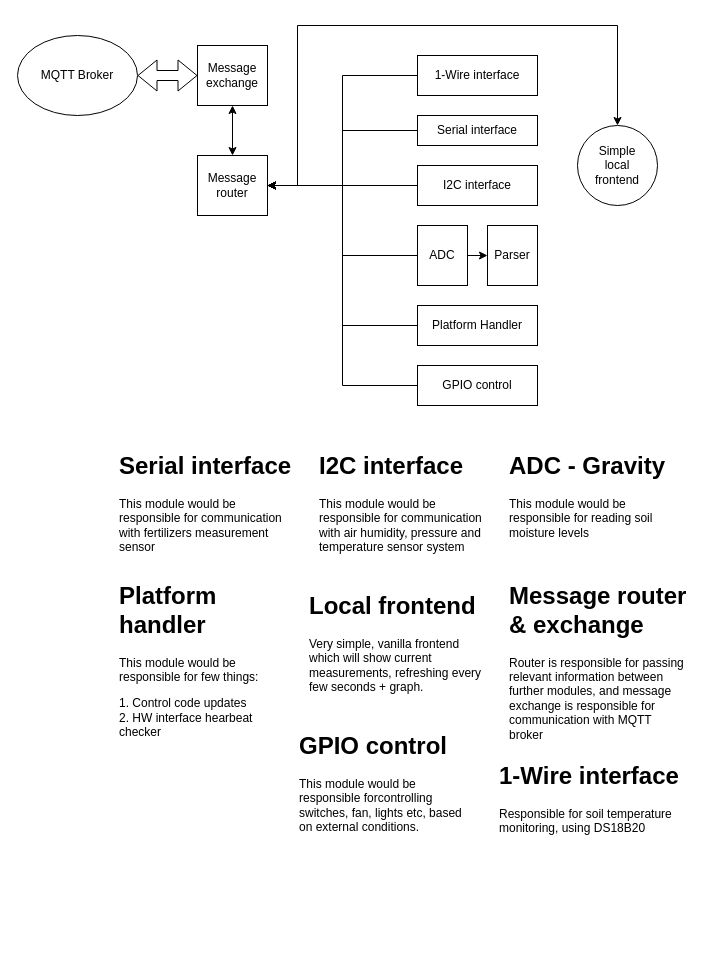
The draw.io diagram page "DeviceCodeArch" (3 of 5) of docs/models/Project.drawio in KhazAkar/ags, before the edit. Source tidied: cells renumbered, new cells numbered last; positions are measured from the earlier drawing's top-left corner, leaving out a move shared by most shapes. Both pictures are drawn from the tidied source at 100%, with x=0, y=0 at pixel (17, 25).
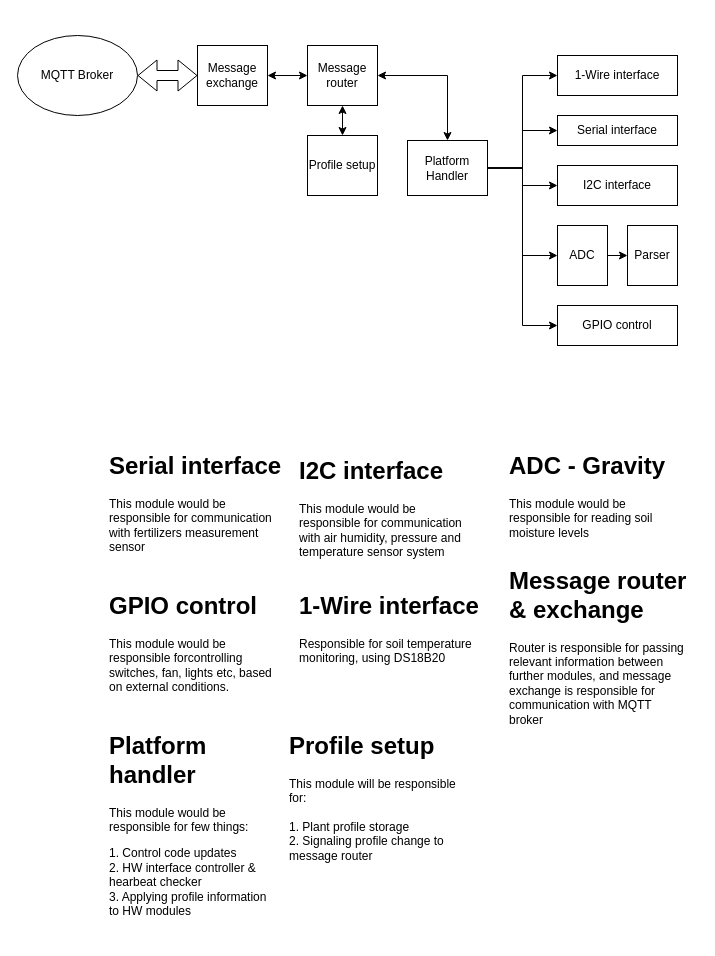
The same diagram, later.

Unchanged cells that the change refers to:
```xml
<mxCell id="20" value="Message&lt;br&gt;exchange" style="rounded=0;whiteSpace=wrap;html=1;" parent="1" vertex="1">
  <mxGeometry x="180" y="20" width="70" height="60" as="geometry" />
</mxCell>
```

Change to the diagram source:
```diff
@@
-    <mxCell id="2" style="edgeStyle=orthogonalEdgeStyle;rounded=0;jettySize=auto;html=1;exitX=0;exitY=0.5;exitDx=0;exitDy=0;entryX=1;entryY=0.5;entryDx=0;entryDy=0;" parent="1" edge="1" source="3" target="21">
-      <mxGeometry relative="1" as="geometry" />
-    </mxCell>
     <mxCell id="3" value="Serial interface" style="rounded=0;whiteSpace=wrap;html=1;" parent="1" vertex="1">
-      <mxGeometry x="400" y="90" width="120" height="30" as="geometry" />
+      <mxGeometry x="540" y="90" width="120" height="30" as="geometry" />
     </mxCell>
-    <mxCell id="4" style="edgeStyle=orthogonalEdgeStyle;rounded=0;jettySize=auto;html=1;exitX=0;exitY=0.5;exitDx=0;exitDy=0;entryX=1;entryY=0.5;entryDx=0;entryDy=0;" parent="1" edge="1" source="5" target="21">
-      <mxGeometry relative="1" as="geometry" />
-    </mxCell>
     <mxCell id="5" value="I2C interface" style="rounded=0;whiteSpace=wrap;html=1;" parent="1" vertex="1">
-      <mxGeometry x="400" y="140" width="120" height="40" as="geometry" />
+      <mxGeometry x="540" y="140" width="120" height="40" as="geometry" />
     </mxCell>
@@
-    <mxCell id="7" style="edgeStyle=orthogonalEdgeStyle;rounded=0;jettySize=auto;html=1;exitX=0;exitY=0.5;exitDx=0;exitDy=0;entryX=1;entryY=0.5;entryDx=0;entryDy=0;" parent="1" edge="1" source="8" target="21">
-      <mxGeometry relative="1" as="geometry" />
-    </mxCell>
-    <mxCell id="8" value="Platform Handler" style="rounded=0;whiteSpace=wrap;html=1;" parent="1" vertex="1">
-      <mxGeometry x="400" y="280" width="120" height="40" as="geometry" />
-    </mxCell>
-    <mxCell id="9" style="edgeStyle=orthogonalEdgeStyle;rounded=0;jettySize=auto;html=1;exitX=0.5;exitY=0;exitDx=0;exitDy=0;entryX=1;entryY=0.5;entryDx=0;entryDy=0;startArrow=classic;startFill=1;" parent="1" edge="1" source="10" target="21">
-      <mxGeometry relative="1" as="geometry">
-        <Array as="points">
-          <mxPoint x="600" />
-          <mxPoint x="280" />
-          <mxPoint x="280" y="160" />
-        </Array>
-      </mxGeometry>
-    </mxCell>
-    <mxCell id="10" value="Simple&lt;div&gt;local&lt;/div&gt;&lt;div&gt;frontend&lt;/div&gt;" style="ellipse;whiteSpace=wrap;html=1;" parent="1" vertex="1">
-      <mxGeometry x="560" y="100" width="80" height="80" as="geometry" />
-    </mxCell>
     <mxCell id="11" value="&lt;h1 style=&quot;margin-top: 0px;&quot;&gt;Serial interface&lt;/h1&gt;&lt;p&gt;This module would be responsible for communication with fertilizers measurement sensor&lt;/p&gt;" style="text;html=1;whiteSpace=wrap;overflow=hidden;rounded=0;" parent="1" vertex="1">
-      <mxGeometry x="100" y="420" width="180" height="120" as="geometry" />
+      <mxGeometry x="90" y="420" width="180" height="120" as="geometry" />
     </mxCell>
     <mxCell id="12" value="&lt;h1 style=&quot;margin-top: 0px;&quot;&gt;I2C interface&lt;/h1&gt;&lt;p&gt;This module would be responsible for communication with air humidity, pressure and temperature sensor system&lt;/p&gt;" style="text;html=1;whiteSpace=wrap;overflow=hidden;rounded=0;" parent="1" vertex="1">
-      <mxGeometry x="300" y="420" width="180" height="120" as="geometry" />
+      <mxGeometry x="280" y="425" width="180" height="120" as="geometry" />
     </mxCell>
@@
-    <mxCell id="14" style="edgeStyle=orthogonalEdgeStyle;rounded=0;jettySize=auto;html=1;exitX=0;exitY=0.5;exitDx=0;exitDy=0;entryX=1;entryY=0.5;entryDx=0;entryDy=0;" parent="1" edge="1" source="15" target="21">
-      <mxGeometry relative="1" as="geometry" />
-    </mxCell>
     <mxCell id="15" value="ADC" style="rounded=0;whiteSpace=wrap;html=1;" parent="1" vertex="1">
-      <mxGeometry x="400" y="200" width="50" height="60" as="geometry" />
+      <mxGeometry x="540" y="200" width="50" height="60" as="geometry" />
     </mxCell>
     <mxCell id="16" value="Parser" style="rounded=0;whiteSpace=wrap;html=1;" parent="1" vertex="1">
-      <mxGeometry x="470" y="200" width="50" height="60" as="geometry" />
+      <mxGeometry x="610" y="200" width="50" height="60" as="geometry" />
     </mxCell>
@@
-    <mxCell id="18" value="&lt;h1 style=&quot;margin-top: 0px;&quot;&gt;Platform handler&lt;/h1&gt;&lt;p&gt;This module would be responsible for few things:&lt;/p&gt;&lt;p&gt;1. Control code updates&lt;br&gt;2. HW interface hearbeat checker&lt;/p&gt;" style="text;html=1;whiteSpace=wrap;overflow=hidden;rounded=0;" parent="1" vertex="1">
-      <mxGeometry x="100" y="550" width="180" height="170" as="geometry" />
+    <mxCell id="18" value="&lt;h1 style=&quot;margin-top: 0px;&quot;&gt;Platform handler&lt;/h1&gt;&lt;p&gt;This module would be responsible for few things:&lt;/p&gt;&lt;p&gt;1. Control code updates&lt;br&gt;2. HW interface controller &amp;amp; hearbeat checker&lt;br&gt;3. Applying profile information&lt;br&gt;to HW modules&lt;/p&gt;" style="text;html=1;whiteSpace=wrap;overflow=hidden;rounded=0;" parent="1" vertex="1">
+      <mxGeometry x="90" y="700" width="180" height="210" as="geometry" />
     </mxCell>
-    <mxCell id="19" style="edgeStyle=orthogonalEdgeStyle;rounded=0;jettySize=auto;html=1;exitX=0.5;exitY=1;exitDx=0;exitDy=0;entryX=0.5;entryY=0;entryDx=0;entryDy=0;startArrow=classic;startFill=1;" parent="1" edge="1" source="20" target="21">
+    <mxCell id="19" style="edgeStyle=orthogonalEdgeStyle;rounded=0;jettySize=auto;html=1;exitX=1;exitY=0.5;exitDx=0;exitDy=0;entryX=0;entryY=0.5;entryDx=0;entryDy=0;startArrow=classic;startFill=1;" parent="1" edge="1" source="20" target="21">
       <mxGeometry relative="1" as="geometry" />
     </mxCell>
@@
+    <mxCell id="31" style="edgeStyle=orthogonalEdgeStyle;rounded=0;jettySize=auto;html=1;exitX=0.5;exitY=1;exitDx=0;exitDy=0;entryX=0.5;entryY=0;entryDx=0;entryDy=0;startArrow=classic;startFill=1;" parent="1" edge="1" source="21" target="32">
+      <mxGeometry relative="1" as="geometry" />
+    </mxCell>
     <mxCell id="21" value="Message&lt;div&gt;router&lt;/div&gt;" style="rounded=0;whiteSpace=wrap;html=1;" parent="1" vertex="1">
-      <mxGeometry x="180" y="130" width="70" height="60" as="geometry" />
+      <mxGeometry x="290" y="20" width="70" height="60" as="geometry" />
     </mxCell>
@@
-    <mxCell id="23" value="&lt;h1 style=&quot;margin-top: 0px;&quot;&gt;Local frontend&lt;/h1&gt;&lt;p&gt;Very simple, vanilla frontend which will show current measurements, refreshing every few seconds + graph.&lt;/p&gt;" style="text;html=1;whiteSpace=wrap;overflow=hidden;rounded=0;" parent="1" vertex="1">
-      <mxGeometry x="290" y="560" width="180" height="120" as="geometry" />
-    </mxCell>
     <mxCell id="24" value="&lt;h1 style=&quot;margin-top: 0px;&quot;&gt;Message router &amp;amp; exchange&lt;/h1&gt;&lt;p&gt;Router is responsible for passing relevant information between further modules, and message exchange is responsible for communication with MQTT broker&lt;/p&gt;" style="text;html=1;whiteSpace=wrap;overflow=hidden;rounded=0;" parent="1" vertex="1">
-      <mxGeometry x="490" y="550" width="180" height="170" as="geometry" />
+      <mxGeometry x="490" y="535" width="180" height="170" as="geometry" />
     </mxCell>
-    <mxCell id="25" style="edgeStyle=orthogonalEdgeStyle;rounded=0;jettySize=auto;html=1;exitX=0;exitY=0.5;exitDx=0;exitDy=0;entryX=1;entryY=0.5;entryDx=0;entryDy=0;" parent="1" edge="1" source="26" target="21">
-      <mxGeometry relative="1" as="geometry" />
-    </mxCell>
     <mxCell id="26" value="GPIO control" style="rounded=0;whiteSpace=wrap;html=1;" parent="1" vertex="1">
-      <mxGeometry x="400" y="340" width="120" height="40" as="geometry" />
+      <mxGeometry x="540" y="280" width="120" height="40" as="geometry" />
     </mxCell>
     <mxCell id="27" value="&lt;h1 style=&quot;margin-top: 0px;&quot;&gt;GPIO control&lt;/h1&gt;&lt;p&gt;This module would be responsible forcontrolling switches, fan, lights etc, based on external conditions.&lt;/p&gt;" style="text;html=1;whiteSpace=wrap;overflow=hidden;rounded=0;" parent="1" vertex="1">
-      <mxGeometry x="280" y="700" width="180" height="120" as="geometry" />
+      <mxGeometry x="90" y="560" width="180" height="120" as="geometry" />
     </mxCell>
     <mxCell id="28" value="&lt;h1 style=&quot;margin-top: 0px;&quot;&gt;1-Wire interface&lt;/h1&gt;&lt;p&gt;Responsible for soil temperature monitoring, using DS18B20&lt;/p&gt;" style="text;html=1;whiteSpace=wrap;overflow=hidden;rounded=0;" parent="1" vertex="1">
-      <mxGeometry x="480" y="730" width="200" height="100" as="geometry" />
+      <mxGeometry x="280" y="560" width="200" height="100" as="geometry" />
     </mxCell>
-    <mxCell id="29" style="edgeStyle=orthogonalEdgeStyle;rounded=0;jettySize=auto;html=1;exitX=0;exitY=0.5;exitDx=0;exitDy=0;entryX=1;entryY=0.5;entryDx=0;entryDy=0;" parent="1" edge="1" source="30" target="21">
-      <mxGeometry relative="1" as="geometry" />
-    </mxCell>
     <mxCell id="30" value="1-Wire interface" style="rounded=0;whiteSpace=wrap;html=1;" parent="1" vertex="1">
-      <mxGeometry x="400" y="30" width="120" height="40" as="geometry" />
+      <mxGeometry x="540" y="30" width="120" height="40" as="geometry" />
     </mxCell>
+    <mxCell id="32" value="Profile setup" style="rounded=0;whiteSpace=wrap;html=1;" parent="1" vertex="1">
+      <mxGeometry x="290" y="110" width="70" height="60" as="geometry" />
+    </mxCell>
+    <mxCell id="33" style="edgeStyle=orthogonalEdgeStyle;rounded=0;jettySize=auto;html=1;exitX=1;exitY=0.5;exitDx=0;exitDy=0;entryX=0;entryY=0.5;entryDx=0;entryDy=0;" parent="1" edge="1" source="8" target="30">
+      <mxGeometry relative="1" as="geometry" />
+    </mxCell>
+    <mxCell id="34" style="edgeStyle=orthogonalEdgeStyle;rounded=0;jettySize=auto;html=1;exitX=1;exitY=0.5;exitDx=0;exitDy=0;entryX=0;entryY=0.5;entryDx=0;entryDy=0;" parent="1" edge="1" source="8" target="3">
+      <mxGeometry relative="1" as="geometry" />
+    </mxCell>
+    <mxCell id="35" style="edgeStyle=orthogonalEdgeStyle;rounded=0;jettySize=auto;html=1;exitX=1;exitY=0.5;exitDx=0;exitDy=0;entryX=0;entryY=0.5;entryDx=0;entryDy=0;" parent="1" edge="1" source="8" target="5">
+      <mxGeometry relative="1" as="geometry" />
+    </mxCell>
+    <mxCell id="36" style="edgeStyle=orthogonalEdgeStyle;rounded=0;jettySize=auto;html=1;exitX=1;exitY=0.5;exitDx=0;exitDy=0;entryX=0;entryY=0.5;entryDx=0;entryDy=0;" parent="1" edge="1" source="8" target="15">
+      <mxGeometry relative="1" as="geometry" />
+    </mxCell>
+    <mxCell id="37" style="edgeStyle=orthogonalEdgeStyle;rounded=0;jettySize=auto;html=1;exitX=1;exitY=0.5;exitDx=0;exitDy=0;entryX=0;entryY=0.5;entryDx=0;entryDy=0;" parent="1" edge="1" source="8" target="26">
+      <mxGeometry relative="1" as="geometry" />
+    </mxCell>
+    <mxCell id="7" style="edgeStyle=orthogonalEdgeStyle;rounded=0;jettySize=auto;html=1;exitX=0.5;exitY=0;exitDx=0;exitDy=0;entryX=1;entryY=0.5;entryDx=0;entryDy=0;startArrow=classic;startFill=1;" parent="1" edge="1" source="8" target="21">
+      <mxGeometry relative="1" as="geometry" />
+    </mxCell>
+    <mxCell id="8" value="Platform&lt;div&gt;Handler&lt;/div&gt;" style="rounded=0;whiteSpace=wrap;html=1;" parent="1" vertex="1">
+      <mxGeometry x="390" y="115" width="80" height="55" as="geometry" />
+    </mxCell>
+    <mxCell id="38" value="&lt;h1 style=&quot;margin-top: 0px;&quot;&gt;Profile setup&lt;/h1&gt;&lt;div&gt;This module will be responsible for:&lt;/div&gt;&lt;div&gt;&lt;br&gt;&lt;/div&gt;&lt;div&gt;1. Plant profile storage&lt;/div&gt;&lt;div&gt;2. Signaling profile change to&lt;/div&gt;&lt;div&gt;message&amp;nbsp;&lt;span style=&quot;background-color: transparent; color: light-dark(rgb(0, 0, 0), rgb(255, 255, 255));&quot;&gt;router&lt;/span&gt;&lt;/div&gt;&lt;div&gt;&lt;br&gt;&lt;/div&gt;" style="text;html=1;whiteSpace=wrap;overflow=hidden;rounded=0;" parent="1" vertex="1">
+      <mxGeometry x="270" y="700" width="180" height="150" as="geometry" />
+    </mxCell>
```
